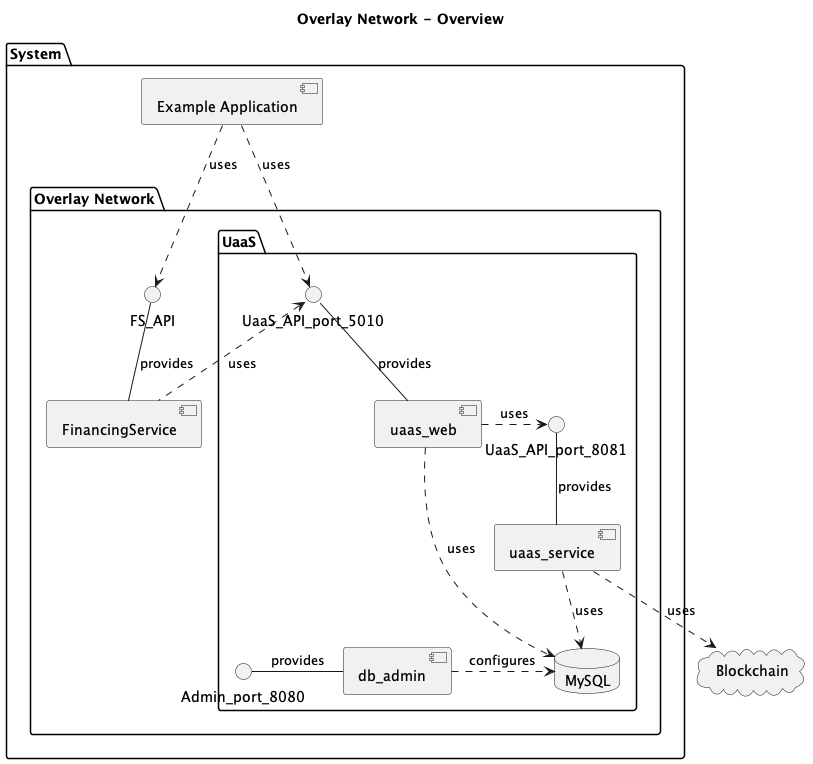
Above: docs/diagrams/deployment ports.png in nchain-innovation/overlay-network (PlantUML), before the change. The source it was exported from:
```plantuml
@startuml
title Overlay Network - Overview

cloud "Blockchain" {
}

package "System" {

    [Example Application]

    package "Overlay Network" {

        package UaaS {
            UaaS_API_port_5010 -down- [uaas_web] : provides
            UaaS_API_port_8081 -down- [uaas_service] : provides

            database MySQL
            Admin_port_8080 -right- [db_admin]: provides
            [db_admin] .right.> MySQL: configures

            [uaas_web] .right.> UaaS_API_port_8081: uses
            [uaas_web] .right.> MySQL: uses

            [uaas_service] .down.> Blockchain: uses
            [uaas_service] .down.> MySQL: uses

        }

        FS_API -down- [FinancingService] : provides
        [FinancingService] .up.> UaaS_API_port_5010: uses

    }

}

[Example Application] ..> UaaS_API_port_5010: uses
[Example Application] ..> FS_API: uses

@enduml
```
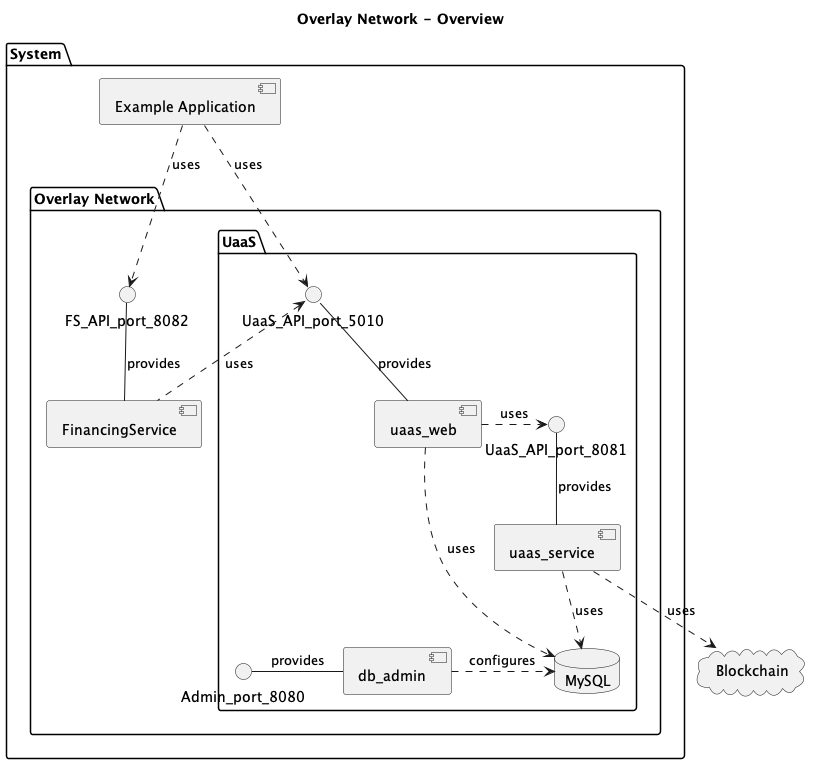
The same file after the commit.

What changed in the source:
```diff
@@ -26,7 +26,7 @@
 
         }
 
-        FS_API -down- [FinancingService] : provides
+        FS_API_port_8082 -down- [FinancingService] : provides
         [FinancingService] .up.> UaaS_API_port_5010: uses
 
     }
@@ -34,6 +34,6 @@
 }
 
 [Example Application] ..> UaaS_API_port_5010: uses
-[Example Application] ..> FS_API: uses
+[Example Application] ..> FS_API_port_8082: uses
 
 @enduml
```
